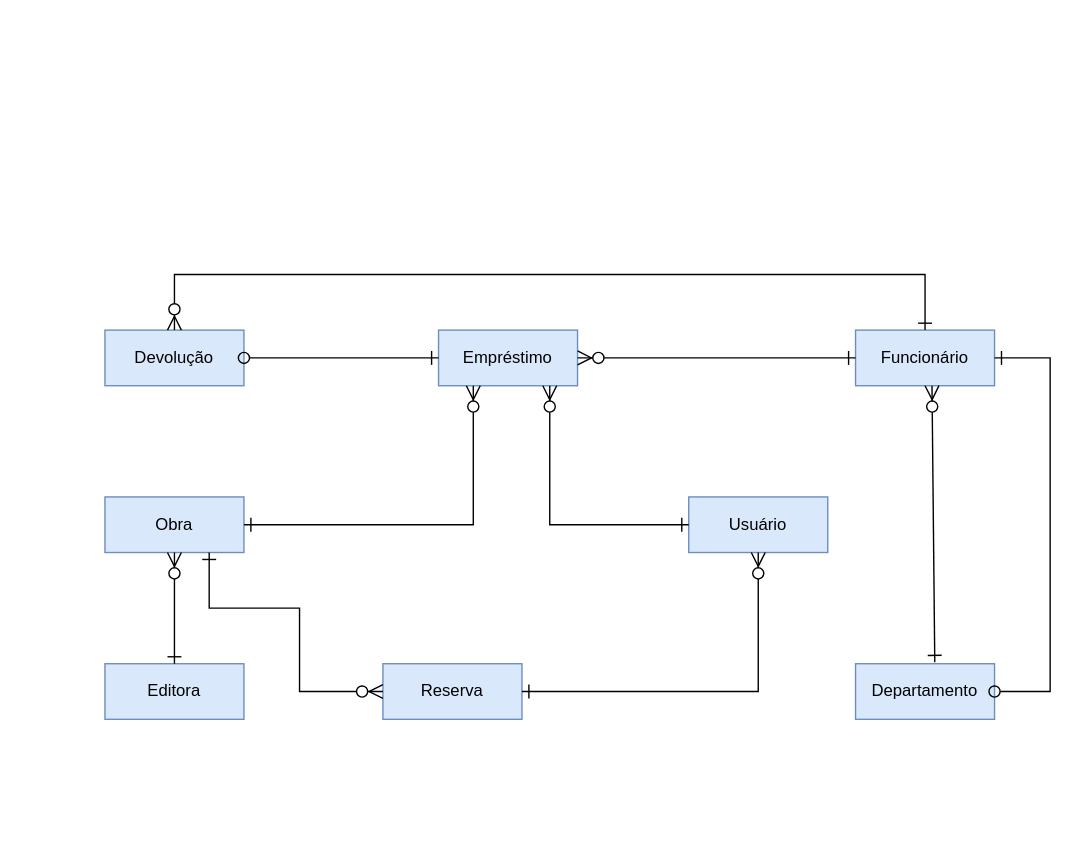
Above: Untitled Diagram.drawio in igopotypi/IGORARTES (draw.io), before the change. Source tidied: cells renumbered, new cells numbered last; positions are measured from the earlier drawing's top-left corner, leaving out a move shared by most shapes. Both pictures are drawn from the tidied source at 139%, with x=0, y=0 at pixel (104, 274).
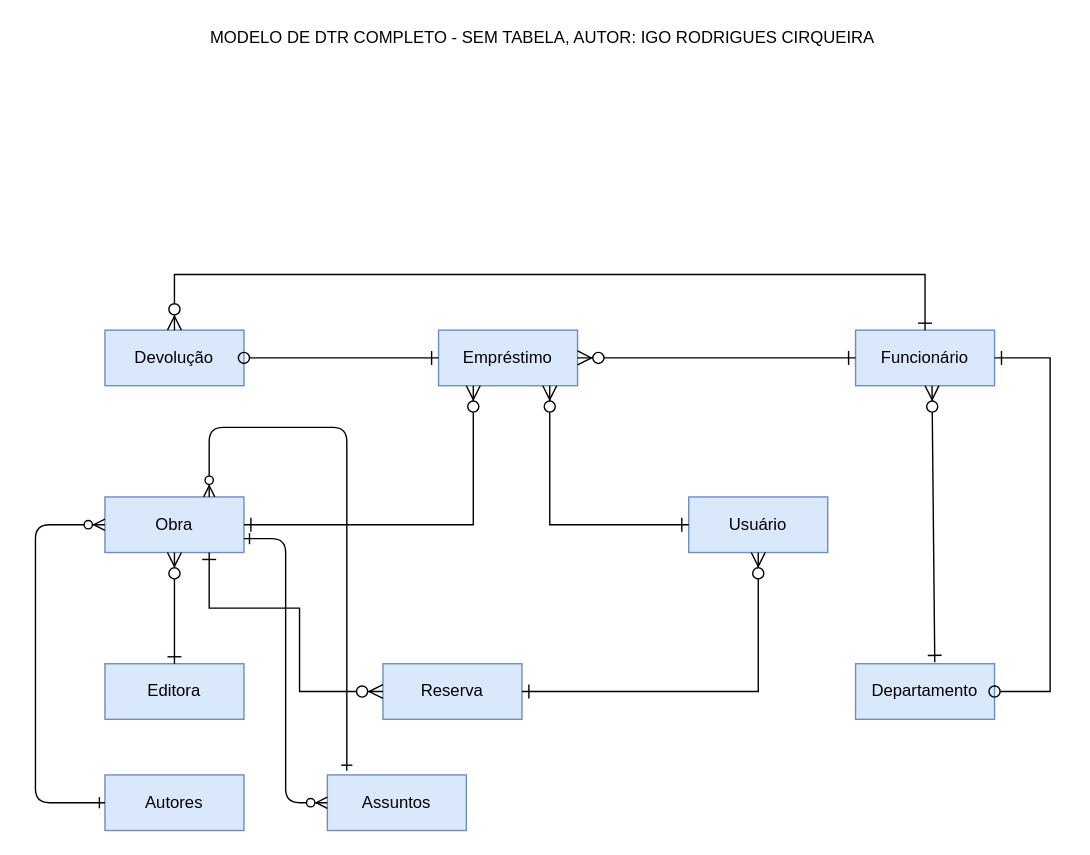
The same page after the edit.

Unchanged cells that the change refers to:
```xml
<mxCell id="2" value="Obra" style="whiteSpace=wrap;html=1;align=center;fillColor=#dae8fc;strokeColor=#6c8ebf;" parent="1" vertex="1">
  <mxGeometry y="160" width="100" height="40" as="geometry" />
</mxCell>
```

The edit, as a diff of the source:
```diff
@@
+    <mxCell id="20" value="Autores" style="whiteSpace=wrap;html=1;align=center;fillColor=#dae8fc;strokeColor=#6c8ebf;" parent="1" vertex="1">
+      <mxGeometry y="360" width="100" height="40" as="geometry" />
+    </mxCell>
+    <mxCell id="21" value="Assuntos" style="whiteSpace=wrap;html=1;align=center;fillColor=#dae8fc;strokeColor=#6c8ebf;" parent="1" vertex="1">
+      <mxGeometry x="160" y="360" width="100" height="40" as="geometry" />
+    </mxCell>
+    <mxCell id="22" style="edgeStyle=elbowEdgeStyle;fontSize=12;html=1;endArrow=ERzeroToMany;endFill=1;startArrow=ERone;startFill=0;exitX=0;exitY=0.5;exitDx=0;exitDy=0;entryX=0;entryY=0.5;entryDx=0;entryDy=0;" parent="1" edge="1" source="20" target="2">
+      <mxGeometry relative="1" as="geometry">
+        <Array as="points">
+          <mxPoint x="-50" y="370" />
+          <mxPoint x="-40" y="280" />
+        </Array>
+      </mxGeometry>
+    </mxCell>
+    <mxCell id="23" style="edgeStyle=entityRelationEdgeStyle;fontSize=12;html=1;endArrow=ERzeroToMany;startArrow=ERone;entryX=0;entryY=0.5;entryDx=0;entryDy=0;startFill=0;" parent="1" edge="1" target="21">
+      <mxGeometry relative="1" as="geometry">
+        <mxPoint x="100" y="190" as="sourcePoint" />
+      </mxGeometry>
+    </mxCell>
+    <mxCell id="24" style="edgeStyle=elbowEdgeStyle;fontSize=12;html=1;endArrow=ERzeroToMany;startArrow=ERone;startFill=0;elbow=vertical;entryX=0.75;entryY=0;entryDx=0;entryDy=0;" parent="1" edge="1" target="2">
+      <mxGeometry relative="1" as="geometry">
+        <mxPoint x="174" y="357" as="sourcePoint" />
+        <Array as="points">
+          <mxPoint x="150" y="110" />
+        </Array>
+      </mxGeometry>
+    </mxCell>
+    <mxCell id="25" value="MODELO DE DTR COMPLETO - SEM TABELA, AUTOR: IGO RODRIGUES CIRQUEIRA" style="text;html=1;strokeColor=none;fillColor=none;align=center;verticalAlign=middle;whiteSpace=wrap;rounded=0;" parent="1" vertex="1">
+      <mxGeometry x="60" y="-180" width="510" height="20" as="geometry" />
+    </mxCell>
```
